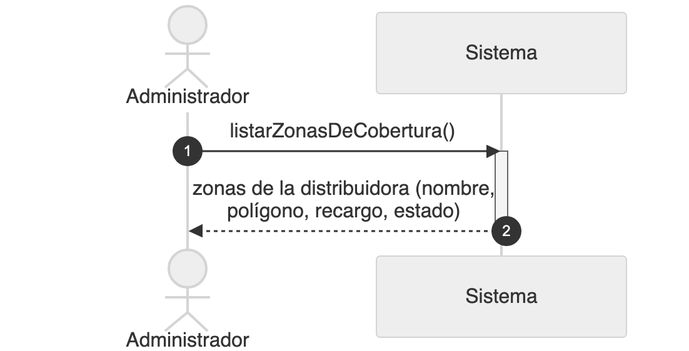
The Mermaid diagram diagramas/png/DSS_CU-057_Consultar-Zonas-De-Cobertura.png in Nahuelito-Dev/splg-docs, before a commit. Its source is kept beside it as diagramas/DSS_CU-057_Consultar-Zonas-De-Cobertura.mmd.
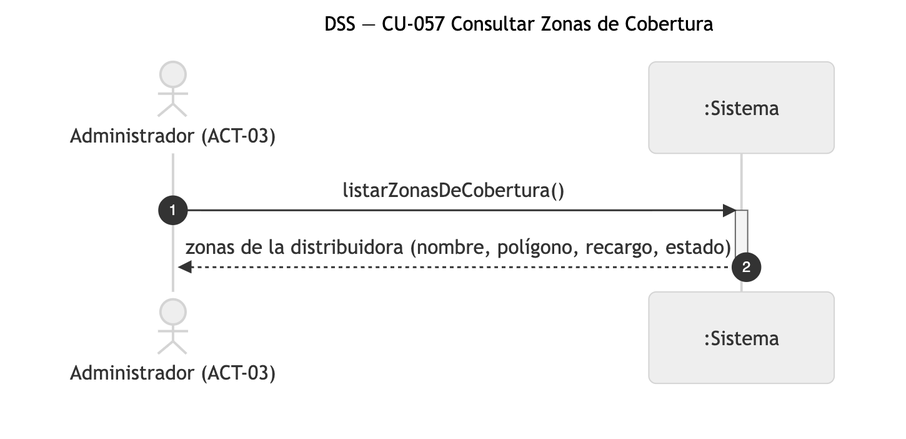
Later version of the same file.

What changed in the source:
```diff
@@ -1,8 +1,8 @@
 sequenceDiagram
-    title DSS — CU-057 Consultar Zonas De Cobertura
+    title DSS — CU-057 Consultar Zonas de Cobertura
     autonumber
-    actor ADM as Administrador
-    participant SIS as Sistema
+    actor ADM as Administrador (ACT-03)
+    participant SIS as :Sistema
 
     ADM->>SIS: listarZonasDeCobertura()
     activate SIS
```
